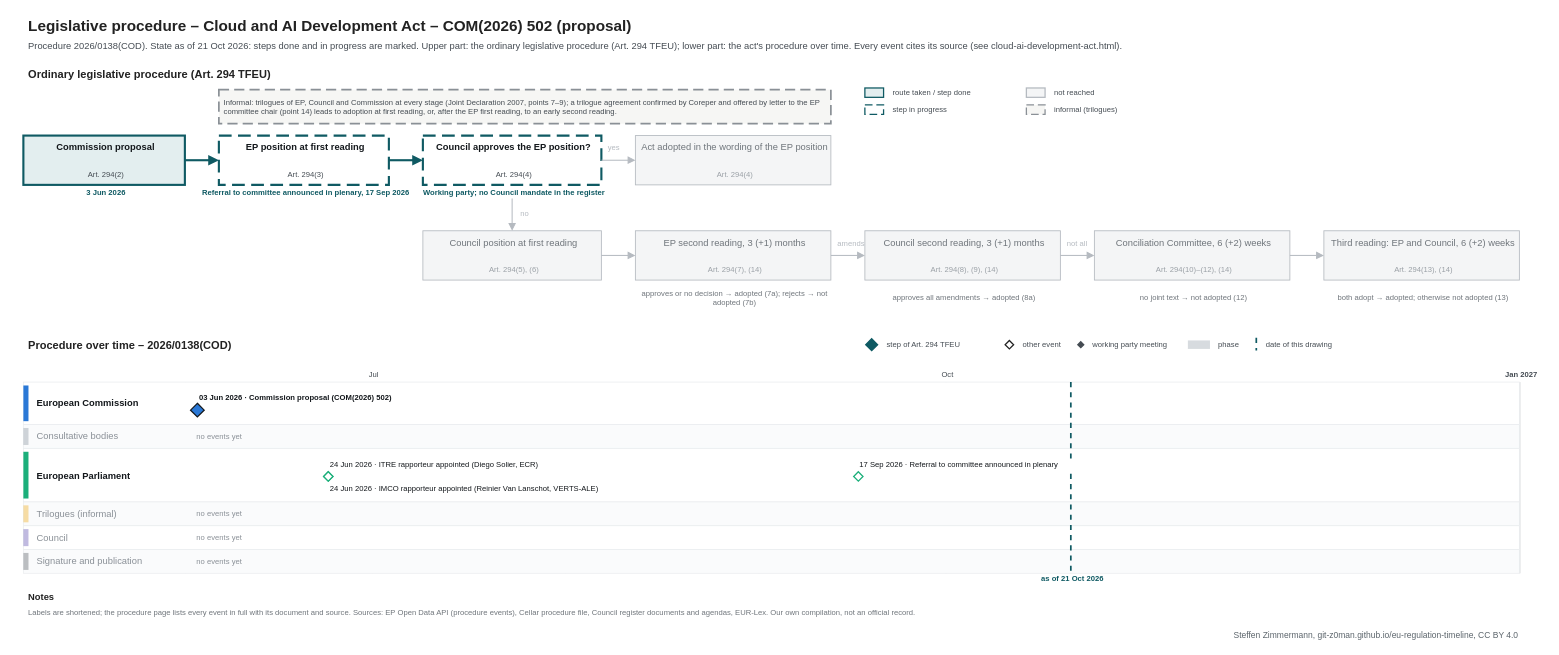
Earlier version of the draw.io diagram procedures/cloud-ai-development-act.drawio (git-z0man/eu-regulation-timeline). Source tidied: cells renumbered, new cells numbered last; positions are measured from the earlier drawing's top-left corner, leaving out a move shared by most shapes. Both pictures are drawn from the tidied source at 85%, with x=0, y=0 at pixel (14, 14).
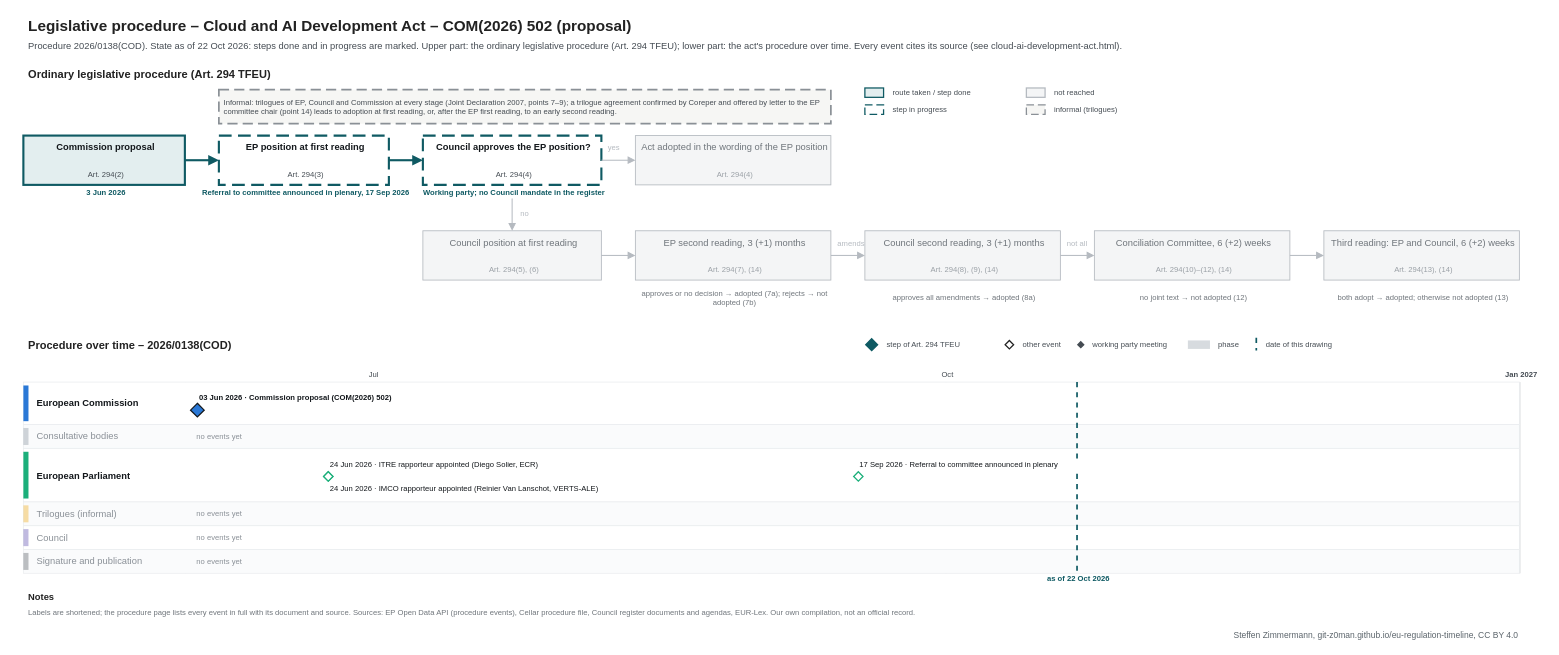
After the change.

The edit, as a diff of the source:
```diff
@@
-    <mxCell id="3" value="Procedure 2026/0138(COD). State as of 21 Oct 2026: steps done and in progress are marked. Upper part: the ordinary legislative procedure (Art. 294 TFEU); lower part: the act's procedure over time. Every event cites its source (see cloud-ai-development-act.html)." style="text;html=1;fontSize=11;fontColor=#454c53;align=left;verticalAlign=middle;spacingLeft=4;" parent="1" vertex="1">
+    <mxCell id="3" value="Procedure 2026/0138(COD). State as of 22 Oct 2026: steps done and in progress are marked. Upper part: the ordinary legislative procedure (Art. 294 TFEU); lower part: the act's procedure over time. Every event cites its source (see cloud-ai-development-act.html)." style="text;html=1;fontSize=11;fontColor=#454c53;align=left;verticalAlign=middle;spacingLeft=4;" parent="1" vertex="1">
       <mxGeometry x="10" y="28" width="1700" height="18" as="geometry" />
     </mxCell>
@@
     <mxCell id="105" style="line;html=1;strokeWidth=2;strokeColor=#0f5a63;direction=south;dashed=1;" parent="1" vertex="1">
-      <mxGeometry x="1241.8" y="432" width="1" height="225" as="geometry" />
+      <mxGeometry x="1249.1" y="432" width="1" height="225" as="geometry" />
     </mxCell>
-    <mxCell id="106" value="as of 21 Oct 2026" style="text;html=1;fontSize=9;fontColor=#0f5a63;align=center;verticalAlign=middle;spacingLeft=4;fontStyle=1;" parent="1" vertex="1">
-      <mxGeometry x="1181.8" y="658" width="120" height="12" as="geometry" />
+    <mxCell id="106" value="as of 22 Oct 2026" style="text;html=1;fontSize=9;fontColor=#0f5a63;align=center;verticalAlign=middle;spacingLeft=4;fontStyle=1;" parent="1" vertex="1">
+      <mxGeometry x="1189.1" y="658" width="120" height="12" as="geometry" />
     </mxCell>
```
